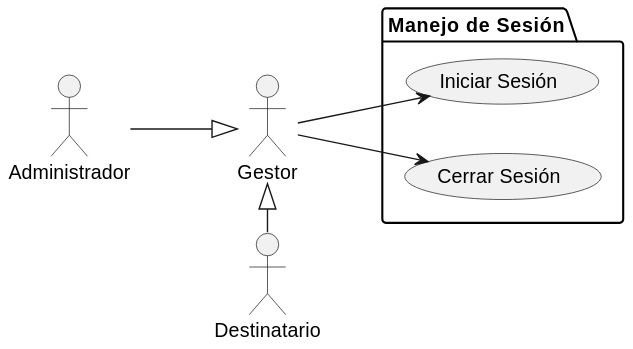
Before: docs/casosDeUso/diagramaCasosDeUso/manejoSesion/manejoSesion.svg, a diagram exported from PlantUML (mmasias/24-25-IdSw1-SDR).
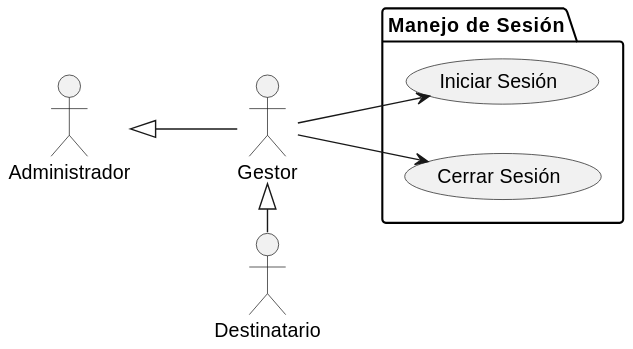
Above is the later version.

Commit message:
Corrige la dirección de la relación entre Administrador y Usuario en varios diagramas de casos de uso

What changed in the source:
```diff
@@ -9,7 +9,7 @@
     usecase "Cerrar Sesión" as MS2
 }
 
-Administrador --|> Usuario
+Administrador <|-- Usuario
 Usuario <|- Destinatario
 Usuario --> MS1
 Usuario --> MS2
```
